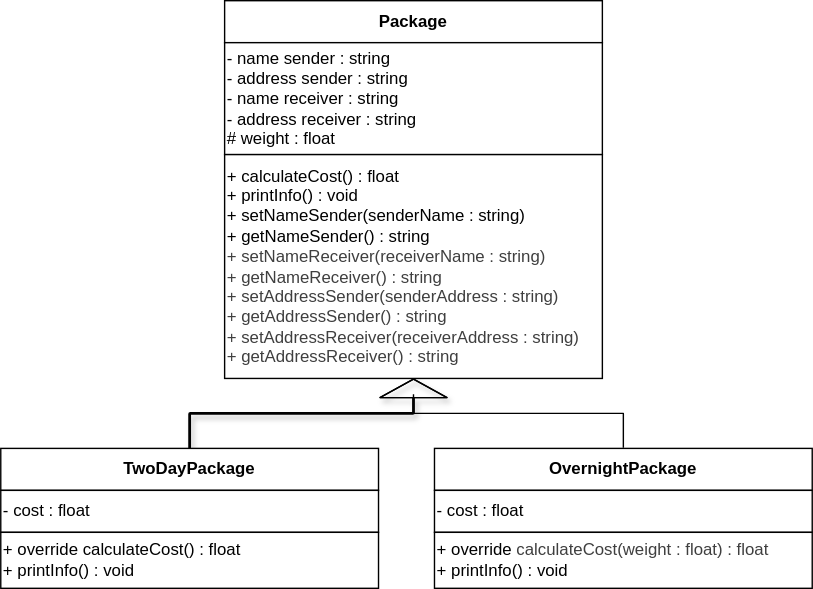
Earlier version of the draw.io export inheritance.drawio.svg (Zico135/Assignment_2). Source tidied: cells renumbered, new cells last; positions are measured from the earlier drawing's top-left corner, leaving out a move shared by most shapes.
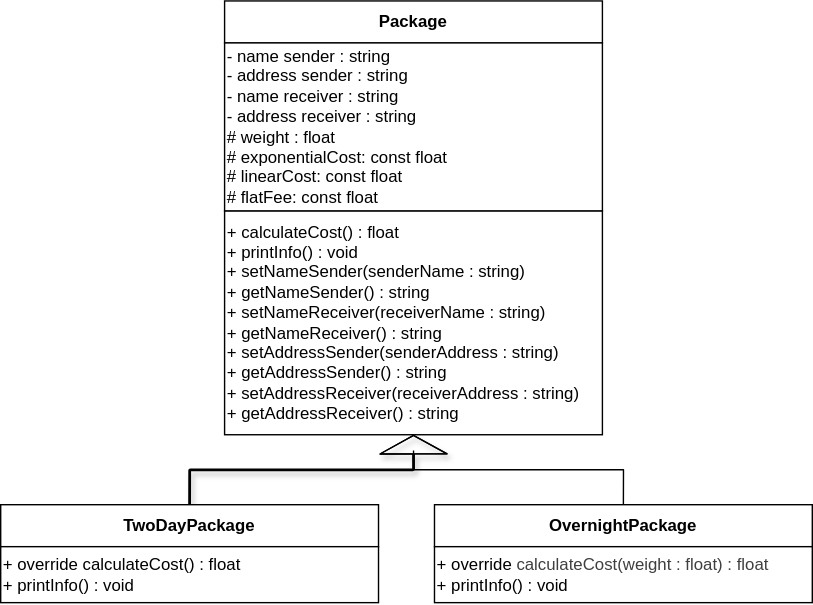
Above is the later version.

Change to the diagram source:
```diff
@@ -5,13 +5,7 @@
     <mxCell id="2" style="group;" parent="1" vertex="1">
       <mxGeometry x="160" width="270" height="270" as="geometry" />
     </mxCell>
-    <mxCell id="3" value="&lt;b&gt;Package&lt;/b&gt;" style="whiteSpace=wrap;html=1;" parent="2" vertex="1">
-      <mxGeometry width="270" height="30" as="geometry" />
-    </mxCell>
-    <mxCell id="4" value="- name sender : string&lt;div&gt;- address sender : string&lt;/div&gt;&lt;div&gt;- name receiver : string&lt;/div&gt;&lt;div&gt;- address receiver : string&lt;/div&gt;&lt;div&gt;# weight : float&lt;/div&gt;" style="whiteSpace=wrap;html=1;align=left;" parent="2" vertex="1">
-      <mxGeometry y="30" width="270" height="80" as="geometry" />
-    </mxCell>
-    <mxCell id="5" value="+ calculateCost() : float&lt;div&gt;+ printInfo() : void&lt;/div&gt;&lt;div&gt;+ setNameSender(senderName : string)&lt;/div&gt;&lt;div&gt;+ getNameSender() : string&lt;/div&gt;&lt;div&gt;&lt;div style=&quot;color: rgb(63, 63, 63); scrollbar-color: rgb(226, 226, 226) rgb(251, 251, 251);&quot;&gt;+ setNameReceiver(receiverName : string)&lt;/div&gt;&lt;div style=&quot;color: rgb(63, 63, 63); scrollbar-color: rgb(226, 226, 226) rgb(251, 251, 251);&quot;&gt;+ getNameReceiver() : string&lt;/div&gt;&lt;/div&gt;&lt;div style=&quot;color: rgb(63, 63, 63); scrollbar-color: rgb(226, 226, 226) rgb(251, 251, 251);&quot;&gt;&lt;div style=&quot;color: rgb(63, 63, 63); scrollbar-color: rgb(226, 226, 226) rgb(251, 251, 251);&quot;&gt;+ setAddressSender(senderAddress : string)&lt;/div&gt;&lt;div style=&quot;color: rgb(63, 63, 63); scrollbar-color: rgb(226, 226, 226) rgb(251, 251, 251);&quot;&gt;+ getAddressSender() : string&lt;/div&gt;&lt;div style=&quot;color: rgb(63, 63, 63); scrollbar-color: rgb(226, 226, 226) rgb(251, 251, 251);&quot;&gt;&lt;div style=&quot;color: rgb(63, 63, 63); scrollbar-color: rgb(226, 226, 226) rgb(251, 251, 251);&quot;&gt;+ setAddressReceiver(receiverAddress : string)&lt;/div&gt;&lt;div style=&quot;color: rgb(63, 63, 63); scrollbar-color: rgb(226, 226, 226) rgb(251, 251, 251);&quot;&gt;+ getAddressReceiver() : string&lt;/div&gt;&lt;/div&gt;&lt;/div&gt;" style="whiteSpace=wrap;html=1;align=left;" parent="2" vertex="1">
+    <mxCell id="5" value="&lt;font style=&quot;color: rgb(0, 0, 0);&quot;&gt;+ calculateCost() : float&lt;/font&gt;&lt;div&gt;&lt;font style=&quot;color: rgb(0, 0, 0);&quot;&gt;+ printInfo() : void&lt;/font&gt;&lt;/div&gt;&lt;div&gt;&lt;font style=&quot;color: rgb(0, 0, 0);&quot;&gt;+ setNameSender(senderName : string)&lt;/font&gt;&lt;/div&gt;&lt;div&gt;&lt;font style=&quot;color: rgb(0, 0, 0);&quot;&gt;+ getNameSender() : string&lt;/font&gt;&lt;/div&gt;&lt;div&gt;&lt;div style=&quot;scrollbar-color: rgb(226, 226, 226) rgb(251, 251, 251); color: rgb(63, 63, 63);&quot;&gt;&lt;font style=&quot;color: rgb(0, 0, 0);&quot;&gt;+ setNameReceiver(receiverName : string)&lt;/font&gt;&lt;/div&gt;&lt;div style=&quot;scrollbar-color: rgb(226, 226, 226) rgb(251, 251, 251); color: rgb(63, 63, 63);&quot;&gt;&lt;font style=&quot;color: rgb(0, 0, 0);&quot;&gt;+ getNameReceiver() : string&lt;/font&gt;&lt;/div&gt;&lt;/div&gt;&lt;div style=&quot;scrollbar-color: rgb(226, 226, 226) rgb(251, 251, 251); color: rgb(63, 63, 63);&quot;&gt;&lt;div style=&quot;scrollbar-color: rgb(226, 226, 226) rgb(251, 251, 251); color: rgb(63, 63, 63);&quot;&gt;&lt;font style=&quot;color: rgb(0, 0, 0);&quot;&gt;+ setAddressSender(senderAddress : string)&lt;/font&gt;&lt;/div&gt;&lt;div style=&quot;scrollbar-color: rgb(226, 226, 226) rgb(251, 251, 251); color: rgb(63, 63, 63);&quot;&gt;&lt;font style=&quot;color: rgb(0, 0, 0);&quot;&gt;+ getAddressSender() : string&lt;/font&gt;&lt;/div&gt;&lt;div style=&quot;scrollbar-color: rgb(226, 226, 226) rgb(251, 251, 251); color: rgb(63, 63, 63);&quot;&gt;&lt;div style=&quot;scrollbar-color: rgb(226, 226, 226) rgb(251, 251, 251); color: rgb(63, 63, 63);&quot;&gt;&lt;font style=&quot;color: rgb(0, 0, 0);&quot;&gt;+ setAddressReceiver(receiverAddress : string)&lt;/font&gt;&lt;/div&gt;&lt;div style=&quot;scrollbar-color: rgb(226, 226, 226) rgb(251, 251, 251); color: rgb(63, 63, 63);&quot;&gt;&lt;font style=&quot;color: rgb(0, 0, 0);&quot;&gt;+ getAddressReceiver() : string&lt;/font&gt;&lt;/div&gt;&lt;/div&gt;&lt;/div&gt;" style="whiteSpace=wrap;html=1;align=left;" parent="2" vertex="1">
       <mxGeometry y="110" width="270" height="160" as="geometry" />
     </mxCell>
     <mxCell id="6" style="edgeStyle=orthogonalEdgeStyle;html=1;exitX=0.5;exitY=0;exitDx=0;exitDy=0;entryX=0.5;entryY=1;entryDx=0;entryDy=0;shadow=1;shape=flexArrow;width=1;endSize=4.07;endWidth=46;" parent="1" edge="1" source="7" target="5">
@@ -20,11 +14,8 @@
     <mxCell id="7" value="&lt;b&gt;TwoDayPackage&lt;/b&gt;" style="whiteSpace=wrap;html=1;" parent="1" vertex="1">
       <mxGeometry y="320" width="270" height="30" as="geometry" />
     </mxCell>
-    <mxCell id="8" value="- cost : float" style="whiteSpace=wrap;html=1;align=left;" parent="1" vertex="1">
-      <mxGeometry y="350" width="270" height="30" as="geometry" />
-    </mxCell>
     <mxCell id="9" value="+ override calculateCost() : float&lt;div&gt;+ printInfo() : void&lt;/div&gt;" style="whiteSpace=wrap;html=1;align=left;" parent="1" vertex="1">
-      <mxGeometry y="380" width="270" height="40" as="geometry" />
+      <mxGeometry y="350" width="270" height="40" as="geometry" />
     </mxCell>
     <mxCell id="10" style="edgeStyle=orthogonalEdgeStyle;html=1;exitX=0.5;exitY=0;exitDx=0;exitDy=0;entryX=0.5;entryY=1;entryDx=0;entryDy=0;shape=flexArrow;width=0;endSize=3.27;endWidth=35;" parent="1" edge="1" source="11" target="5">
       <mxGeometry relative="1" as="geometry" />
@@ -32,11 +23,14 @@
     <mxCell id="11" value="&lt;b&gt;OvernightPackage&lt;/b&gt;" style="whiteSpace=wrap;html=1;" parent="1" vertex="1">
       <mxGeometry x="310" y="320" width="270" height="30" as="geometry" />
     </mxCell>
-    <mxCell id="12" value="- cost : float" style="whiteSpace=wrap;html=1;align=left;" parent="1" vertex="1">
-      <mxGeometry x="310" y="350" width="270" height="30" as="geometry" />
-    </mxCell>
     <mxCell id="13" value="+ override&amp;nbsp;&lt;span style=&quot;color: rgb(63, 63, 63); background-color: transparent;&quot;&gt;calculateCost(weight : float) : float&lt;/span&gt;&lt;div&gt;&lt;div&gt;+ printInfo() : void&lt;/div&gt;&lt;/div&gt;" style="whiteSpace=wrap;html=1;align=left;" parent="1" vertex="1">
-      <mxGeometry x="310" y="380" width="270" height="40" as="geometry" />
+      <mxGeometry x="310" y="350" width="270" height="40" as="geometry" />
     </mxCell>
+    <mxCell id="3" value="&lt;b&gt;Package&lt;/b&gt;" style="whiteSpace=wrap;html=1;" parent="1" vertex="1">
+      <mxGeometry x="160" y="-40" width="270" height="30" as="geometry" />
+    </mxCell>
+    <mxCell id="4" value="&lt;font style=&quot;color: rgb(0, 0, 0);&quot;&gt;- name sender : string&lt;/font&gt;&lt;div&gt;&lt;font style=&quot;color: rgb(0, 0, 0);&quot;&gt;- address sender : string&lt;/font&gt;&lt;/div&gt;&lt;div&gt;&lt;font style=&quot;color: rgb(0, 0, 0);&quot;&gt;- name receiver : string&lt;/font&gt;&lt;/div&gt;&lt;div&gt;&lt;font style=&quot;color: rgb(0, 0, 0);&quot;&gt;- address receiver : string&lt;/font&gt;&lt;/div&gt;&lt;div&gt;&lt;font style=&quot;color: rgb(0, 0, 0);&quot;&gt;# weight : float&lt;/font&gt;&lt;/div&gt;&lt;div&gt;&lt;font style=&quot;color: rgb(0, 0, 0);&quot;&gt;# exponentialCost: const float&lt;/font&gt;&lt;/div&gt;&lt;div&gt;&lt;font style=&quot;color: rgb(0, 0, 0);&quot;&gt;# linearCost: const float&lt;/font&gt;&lt;/div&gt;&lt;div&gt;&lt;font style=&quot;color: rgb(0, 0, 0);&quot;&gt;# flatFee: const float&lt;/font&gt;&lt;/div&gt;" style="whiteSpace=wrap;html=1;align=left;" parent="1" vertex="1">
+      <mxGeometry x="160" y="-10" width="270" height="120" as="geometry" />
+    </mxCell>
   </root>
 </mxGraphModel>
```
